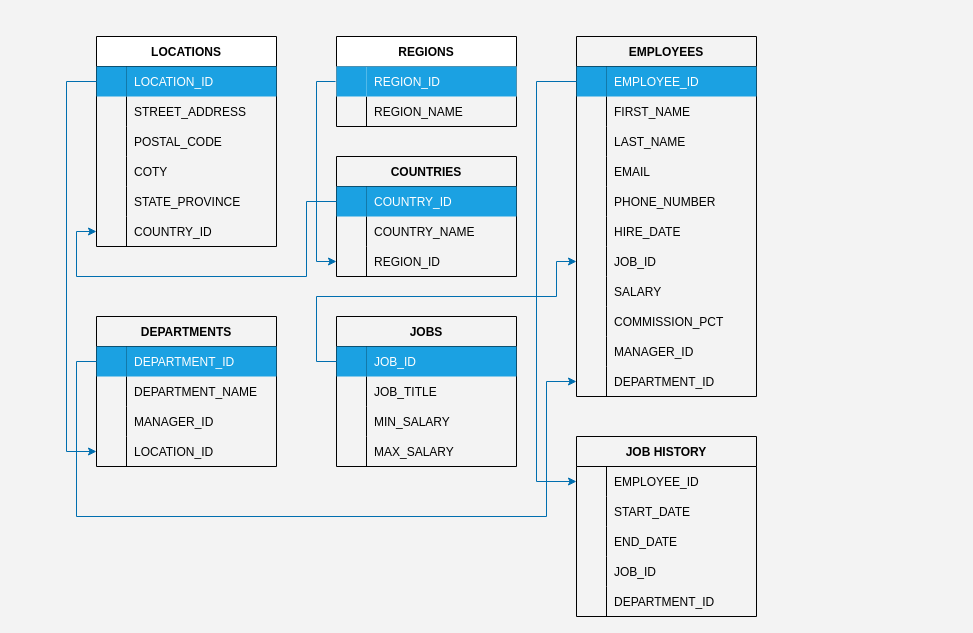
The draw.io diagram HRData.drawio in sharkfacekilla/120, before the edit. Source tidied: cells renumbered, new cells numbered last; positions are measured from the earlier drawing's top-left corner, leaving out a move shared by most shapes. Both pictures are drawn from the tidied source at 100%, with x=0, y=0 at pixel (66, 36).
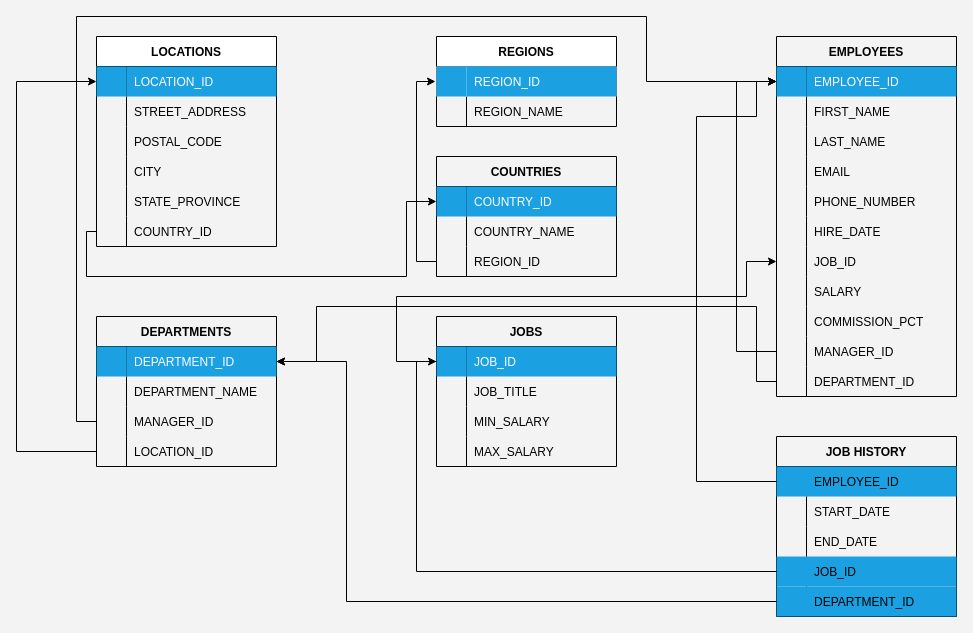
After the change.

Unchanged cells that the change refers to:
```xml
<mxCell id="3" style="shape=tableRow;horizontal=0;startSize=0;swimlaneHead=0;swimlaneBody=0;fillColor=default;points=[[0,0.5],[1,0.5]];portConstraint=eastwest;top=0;left=0;right=0;bottom=0;perimeterSpacing=1;" parent="2" vertex="1">
  <mxGeometry y="30" width="180" height="30" as="geometry" />
</mxCell>
<mxCell id="10" style="shape=tableRow;horizontal=0;startSize=0;swimlaneHead=0;swimlaneBody=0;fillColor=none;points=[[0,0.5],[1,0.5]];portConstraint=eastwest;top=0;left=0;right=0;bottom=0;" parent="9" vertex="1">
  <mxGeometry y="30" width="180" height="30" as="geometry" />
</mxCell>
<mxCell id="19" style="shape=tableRow;horizontal=0;startSize=0;swimlaneHead=0;swimlaneBody=0;fillColor=none;top=0;left=0;right=0;bottom=0;" parent="9" vertex="1">
  <mxGeometry y="120" width="180" height="30" as="geometry" />
</mxCell>
<mxCell id="25" style="shape=tableRow;horizontal=0;startSize=0;swimlaneHead=0;swimlaneBody=0;fillColor=none;points=[[0,0.5],[1,0.5]];portConstraint=eastwest;top=0;left=0;right=0;bottom=0;" parent="9" vertex="1">
  <mxGeometry y="180" width="180" height="30" as="geometry" />
</mxCell>
<mxCell id="29" style="shape=tableRow;horizontal=0;startSize=0;swimlaneHead=0;swimlaneBody=0;fillColor=none;points=[[0,0.5],[1,0.5]];portConstraint=eastwest;top=0;left=0;right=0;bottom=0;" parent="28" vertex="1">
  <mxGeometry y="30" width="180" height="30" as="geometry" />
</mxCell>
<mxCell id="35" style="shape=tableRow;horizontal=0;startSize=0;swimlaneHead=0;swimlaneBody=0;fillColor=none;points=[[0,0.5],[1,0.5]];portConstraint=eastwest;top=0;left=0;right=0;bottom=0;" parent="28" vertex="1">
  <mxGeometry y="90" width="180" height="30" as="geometry" />
</mxCell>
<mxCell id="38" style="shape=tableRow;horizontal=0;startSize=0;swimlaneHead=0;swimlaneBody=0;fillColor=none;points=[[0,0.5],[1,0.5]];portConstraint=eastwest;top=0;left=0;right=0;bottom=0;" parent="28" vertex="1">
  <mxGeometry y="120" width="180" height="30" as="geometry" />
</mxCell>
<mxCell id="42" style="shape=tableRow;horizontal=0;startSize=0;swimlaneHead=0;swimlaneBody=0;fillColor=none;points=[[0,0.5],[1,0.5]];portConstraint=eastwest;top=0;left=0;right=0;bottom=0;" parent="41" vertex="1">
  <mxGeometry y="30" width="180" height="30" as="geometry" />
</mxCell>
<mxCell id="55" style="shape=tableRow;horizontal=0;startSize=0;swimlaneHead=0;swimlaneBody=0;fillColor=none;points=[[0,0.5],[1,0.5]];portConstraint=eastwest;top=0;left=0;right=0;bottom=0;" parent="54" vertex="1">
  <mxGeometry y="30" width="180" height="30" as="geometry" />
</mxCell>
<mxCell id="73" style="shape=tableRow;horizontal=0;startSize=0;swimlaneHead=0;swimlaneBody=0;fillColor=none;points=[[0,0.5],[1,0.5]];portConstraint=eastwest;top=0;left=0;right=0;bottom=0;" parent="54" vertex="1">
  <mxGeometry y="210" width="180" height="30" as="geometry" />
</mxCell>
<mxCell id="82" style="shape=tableRow;horizontal=0;startSize=0;swimlaneHead=0;swimlaneBody=0;fillColor=none;points=[[0,0.5],[1,0.5]];portConstraint=eastwest;top=0;left=0;right=0;bottom=0;" parent="54" vertex="1">
  <mxGeometry y="300" width="180" height="30" as="geometry" />
</mxCell>
<mxCell id="85" style="shape=tableRow;horizontal=0;startSize=0;swimlaneHead=0;swimlaneBody=0;fillColor=none;points=[[0,0.5],[1,0.5]];portConstraint=eastwest;top=0;left=0;right=0;bottom=0;" parent="54" vertex="1">
  <mxGeometry y="330" width="180" height="30" as="geometry" />
</mxCell>
<mxCell id="105" style="shape=tableRow;horizontal=0;startSize=0;swimlaneHead=0;swimlaneBody=0;fillColor=none;points=[[0,0.5],[1,0.5]];portConstraint=eastwest;top=0;left=0;right=0;bottom=0;" parent="104" vertex="1">
  <mxGeometry y="30" width="180" height="30" as="geometry" />
</mxCell>
<mxCell id="111" style="shape=tableRow;horizontal=0;startSize=0;swimlaneHead=0;swimlaneBody=0;fillColor=none;points=[[0,0.5],[1,0.5]];portConstraint=eastwest;top=0;left=0;right=0;bottom=0;" parent="104" vertex="1">
  <mxGeometry y="90" width="180" height="30" as="geometry" />
</mxCell>
```

The edit, as a diff of the source:
```diff
@@
     <mxCell id="2" value="REGIONS" style="shape=table;startSize=30;childLayout=tableLayout;rowLines=0;fontStyle=1;align=center;" parent="1" vertex="1">
-      <mxGeometry x="270" width="180" height="90" as="geometry" />
+      <mxGeometry x="370" width="180" height="90" as="geometry" />
     </mxCell>
@@
-    <mxCell id="21" value="COTY" style="shape=partialRectangle;fillColor=none;top=0;left=0;bottom=0;right=0;align=left;spacingLeft=6;overflow=hidden;" parent="19" vertex="1">
+    <mxCell id="21" value="CITY" style="shape=partialRectangle;fillColor=none;top=0;left=0;bottom=0;right=0;align=left;spacingLeft=6;overflow=hidden;" parent="19" vertex="1">
       <mxGeometry x="30" width="150" height="30" as="geometry" />
     </mxCell>
@@
     <mxCell id="41" value="JOBS" style="shape=table;startSize=30;childLayout=tableLayout;rowLines=0;fontStyle=1;align=center;fillColor=none;" parent="1" vertex="1">
-      <mxGeometry x="270" y="280" width="180" height="150" as="geometry" />
+      <mxGeometry x="370" y="280" width="180" height="150" as="geometry" />
     </mxCell>
@@
     <mxCell id="54" value="EMPLOYEES" style="shape=table;startSize=30;childLayout=tableLayout;rowLines=0;fontStyle=1;align=center;fillColor=none;" parent="1" vertex="1">
-      <mxGeometry x="510" width="180" height="360" as="geometry" />
+      <mxGeometry x="710" width="180" height="360" as="geometry" />
     </mxCell>
@@
+    <mxCell id="120" style="edgeStyle=orthogonalEdgeStyle;rounded=0;jettySize=auto;html=1;exitX=0;exitY=0.5;exitDx=0;exitDy=0;entryX=0;entryY=0.5;entryDx=0;entryDy=0;" parent="54" edge="1" source="82" target="55">
+      <mxGeometry relative="1" as="geometry">
+        <Array as="points">
+          <mxPoint x="-40" y="315" />
+          <mxPoint x="-40" y="45" />
+        </Array>
+      </mxGeometry>
+    </mxCell>
@@
     <mxCell id="88" value="JOB HISTORY" style="shape=table;startSize=30;childLayout=tableLayout;rowLines=0;fontStyle=1;align=center;fillColor=none;" parent="1" vertex="1">
-      <mxGeometry x="510" y="400" width="180" height="180" as="geometry" />
+      <mxGeometry x="710" y="400" width="180" height="180" as="geometry" />
     </mxCell>
-    <mxCell id="89" style="shape=tableRow;horizontal=0;startSize=0;swimlaneHead=0;swimlaneBody=0;fillColor=none;points=[[0,0.5],[1,0.5]];portConstraint=eastwest;top=0;left=0;right=0;bottom=0;" parent="88" vertex="1">
+    <mxCell id="89" style="shape=tableRow;horizontal=0;startSize=0;swimlaneHead=0;swimlaneBody=0;fillColor=#1ba1e2;points=[[0,0.5],[1,0.5]];portConstraint=eastwest;top=0;left=0;right=0;bottom=0;fontColor=#ffffff;strokeColor=#006EAF;" parent="88" vertex="1">
       <mxGeometry y="30" width="180" height="30" as="geometry" />
     </mxCell>
@@
-    <mxCell id="98" style="shape=tableRow;horizontal=0;startSize=0;swimlaneHead=0;swimlaneBody=0;fillColor=none;points=[[0,0.5],[1,0.5]];portConstraint=eastwest;top=0;left=0;right=0;bottom=0;" parent="88" vertex="1">
+    <mxCell id="98" style="shape=tableRow;horizontal=0;startSize=0;swimlaneHead=0;swimlaneBody=0;fillColor=#1ba1e2;points=[[0,0.5],[1,0.5]];portConstraint=eastwest;top=0;left=0;right=0;bottom=0;fontColor=#ffffff;strokeColor=#006EAF;" parent="88" vertex="1">
       <mxGeometry y="120" width="180" height="30" as="geometry" />
     </mxCell>
@@
-    <mxCell id="101" style="shape=tableRow;horizontal=0;startSize=0;swimlaneHead=0;swimlaneBody=0;fillColor=none;points=[[0,0.5],[1,0.5]];portConstraint=eastwest;top=0;left=0;right=0;bottom=0;" parent="88" vertex="1">
+    <mxCell id="101" style="shape=tableRow;horizontal=0;startSize=0;swimlaneHead=0;swimlaneBody=0;fillColor=#1ba1e2;points=[[0,0.5],[1,0.5]];portConstraint=eastwest;top=0;left=0;right=0;bottom=0;fontColor=#ffffff;strokeColor=#006EAF;" parent="88" vertex="1">
       <mxGeometry y="150" width="180" height="30" as="geometry" />
     </mxCell>
@@
     <mxCell id="104" value="COUNTRIES" style="shape=table;startSize=30;childLayout=tableLayout;rowLines=0;fontStyle=1;align=center;fillColor=none;" parent="1" vertex="1">
-      <mxGeometry x="270" y="120" width="180" height="120" as="geometry" />
+      <mxGeometry x="370" y="120" width="180" height="120" as="geometry" />
     </mxCell>
@@
-    <mxCell id="114" style="edgeStyle=orthogonalEdgeStyle;rounded=0;jettySize=auto;html=1;exitX=0;exitY=0.5;exitDx=0;exitDy=0;entryX=0;entryY=0.5;entryDx=0;entryDy=0;fillColor=#1ba1e2;strokeColor=#006EAF;" parent="1" edge="1" source="105" target="25">
-      <mxGeometry relative="1" as="geometry">
-        <Array as="points">
-          <mxPoint x="240" y="165" />
-          <mxPoint x="240" y="240" />
-          <mxPoint x="10" y="240" />
-          <mxPoint x="10" y="195" />
-        </Array>
-      </mxGeometry>
-    </mxCell>
-    <mxCell id="115" style="edgeStyle=orthogonalEdgeStyle;rounded=0;jettySize=auto;html=1;exitX=0;exitY=0.5;exitDx=0;exitDy=0;entryX=0;entryY=0.5;entryDx=0;entryDy=0;fillColor=#1ba1e2;strokeColor=#006EAF;" parent="1" edge="1" source="10" target="38">
-      <mxGeometry relative="1" as="geometry">
-        <Array as="points">
-          <mxPoint y="45" />
-          <mxPoint y="415" />
-        </Array>
-      </mxGeometry>
-    </mxCell>
-    <mxCell id="116" style="edgeStyle=orthogonalEdgeStyle;rounded=0;jettySize=auto;html=1;exitX=0;exitY=0.5;exitDx=0;exitDy=0;entryX=0;entryY=0.5;entryDx=0;entryDy=0;fillColor=#1ba1e2;strokeColor=#006EAF;" parent="1" edge="1" source="3" target="111">
-      <mxGeometry relative="1" as="geometry" />
-    </mxCell>
+    <mxCell id="121" style="edgeStyle=orthogonalEdgeStyle;rounded=0;jettySize=auto;html=1;exitX=0;exitY=0.5;exitDx=0;exitDy=0;entryX=0;entryY=0.5;entryDx=0;entryDy=0;" parent="1" edge="1" source="38" target="10">
+      <mxGeometry relative="1" as="geometry">
+        <Array as="points">
+          <mxPoint x="-50" y="415" />
+          <mxPoint x="-50" y="45" />
+        </Array>
+      </mxGeometry>
+    </mxCell>
+    <mxCell id="122" style="edgeStyle=orthogonalEdgeStyle;rounded=0;jettySize=auto;html=1;exitX=0;exitY=0.5;exitDx=0;exitDy=0;" parent="1" edge="1" source="35" target="55">
+      <mxGeometry relative="1" as="geometry">
+        <Array as="points">
+          <mxPoint x="10" y="385" />
+          <mxPoint x="10" y="-20" />
+          <mxPoint x="580" y="-20" />
+          <mxPoint x="580" y="45" />
+        </Array>
+      </mxGeometry>
+    </mxCell>
-    <mxCell id="117" style="edgeStyle=orthogonalEdgeStyle;rounded=0;jettySize=auto;html=1;exitX=0;exitY=0.5;exitDx=0;exitDy=0;fillColor=#1ba1e2;strokeColor=#006EAF;" parent="1" edge="1" source="42" target="73">
+    <mxCell id="117" style="edgeStyle=orthogonalEdgeStyle;rounded=0;jettySize=auto;html=1;exitX=0;exitY=0.5;exitDx=0;exitDy=0;" parent="1" edge="1" source="42" target="73">
       <mxGeometry relative="1" as="geometry">
         <Array as="points">
-          <mxPoint x="250" y="325" />
-          <mxPoint x="250" y="260" />
-          <mxPoint x="490" y="260" />
-          <mxPoint x="490" y="225" />
+          <mxPoint x="330" y="325" />
+          <mxPoint x="330" y="260" />
+          <mxPoint x="680" y="260" />
+          <mxPoint x="680" y="225" />
         </Array>
       </mxGeometry>
     </mxCell>
-    <mxCell id="118" style="edgeStyle=orthogonalEdgeStyle;rounded=0;jettySize=auto;html=1;exitX=0;exitY=0.5;exitDx=0;exitDy=0;fillColor=#1ba1e2;strokeColor=#006EAF;" parent="1" edge="1" source="29" target="85">
-      <mxGeometry relative="1" as="geometry">
-        <Array as="points">
-          <mxPoint x="10" y="325" />
-          <mxPoint x="10" y="480" />
-          <mxPoint x="480" y="480" />
-          <mxPoint x="480" y="345" />
-        </Array>
-      </mxGeometry>
-    </mxCell>
-    <mxCell id="119" style="edgeStyle=orthogonalEdgeStyle;rounded=0;jettySize=auto;html=1;exitX=0;exitY=0.5;exitDx=0;exitDy=0;entryX=0;entryY=0.5;entryDx=0;entryDy=0;fillColor=#1ba1e2;strokeColor=#006EAF;" parent="1" edge="1" source="55" target="89">
-      <mxGeometry relative="1" as="geometry">
-        <Array as="points">
-          <mxPoint x="470" y="45" />
-          <mxPoint x="470" y="445" />
-        </Array>
-      </mxGeometry>
-    </mxCell>
+    <mxCell id="123" style="edgeStyle=orthogonalEdgeStyle;rounded=0;jettySize=auto;html=1;exitX=0;exitY=0.5;exitDx=0;exitDy=0;entryX=0;entryY=0.5;entryDx=0;entryDy=0;" parent="1" edge="1" source="111" target="3">
+      <mxGeometry relative="1" as="geometry" />
+    </mxCell>
+    <mxCell id="124" style="edgeStyle=orthogonalEdgeStyle;rounded=0;jettySize=auto;html=1;exitX=0;exitY=0.5;exitDx=0;exitDy=0;entryX=0;entryY=0.5;entryDx=0;entryDy=0;" parent="1" edge="1" source="25" target="105">
+      <mxGeometry relative="1" as="geometry">
+        <Array as="points">
+          <mxPoint x="20" y="195" />
+          <mxPoint x="20" y="240" />
+          <mxPoint x="340" y="240" />
+          <mxPoint x="340" y="165" />
+        </Array>
+      </mxGeometry>
+    </mxCell>
+    <mxCell id="125" style="edgeStyle=orthogonalEdgeStyle;rounded=0;jettySize=auto;html=1;exitX=0;exitY=0.5;exitDx=0;exitDy=0;" parent="1" edge="1" source="101" target="29">
+      <mxGeometry relative="1" as="geometry">
+        <Array as="points">
+          <mxPoint x="280" y="565" />
+          <mxPoint x="280" y="325" />
+        </Array>
+      </mxGeometry>
+    </mxCell>
+    <mxCell id="126" style="edgeStyle=orthogonalEdgeStyle;rounded=0;jettySize=auto;html=1;exitX=0;exitY=0.5;exitDx=0;exitDy=0;entryX=0;entryY=0.5;entryDx=0;entryDy=0;" parent="1" edge="1" source="89" target="55">
+      <mxGeometry relative="1" as="geometry">
+        <Array as="points">
+          <mxPoint x="630" y="445" />
+          <mxPoint x="630" y="80" />
+          <mxPoint x="690" y="80" />
+          <mxPoint x="690" y="45" />
+        </Array>
+      </mxGeometry>
+    </mxCell>
+    <mxCell id="127" style="edgeStyle=orthogonalEdgeStyle;rounded=0;jettySize=auto;html=1;exitX=0;exitY=0.5;exitDx=0;exitDy=0;entryX=0;entryY=0.5;entryDx=0;entryDy=0;" parent="1" edge="1" source="98" target="42">
+      <mxGeometry relative="1" as="geometry" />
+    </mxCell>
+    <mxCell id="128" style="edgeStyle=orthogonalEdgeStyle;rounded=0;jettySize=auto;html=1;exitX=0;exitY=0.5;exitDx=0;exitDy=0;" parent="1" edge="1" source="85" target="29">
+      <mxGeometry relative="1" as="geometry">
+        <Array as="points">
+          <mxPoint x="690" y="345" />
+          <mxPoint x="690" y="270" />
+          <mxPoint x="250" y="270" />
+          <mxPoint x="250" y="325" />
+        </Array>
+      </mxGeometry>
+    </mxCell>
```
